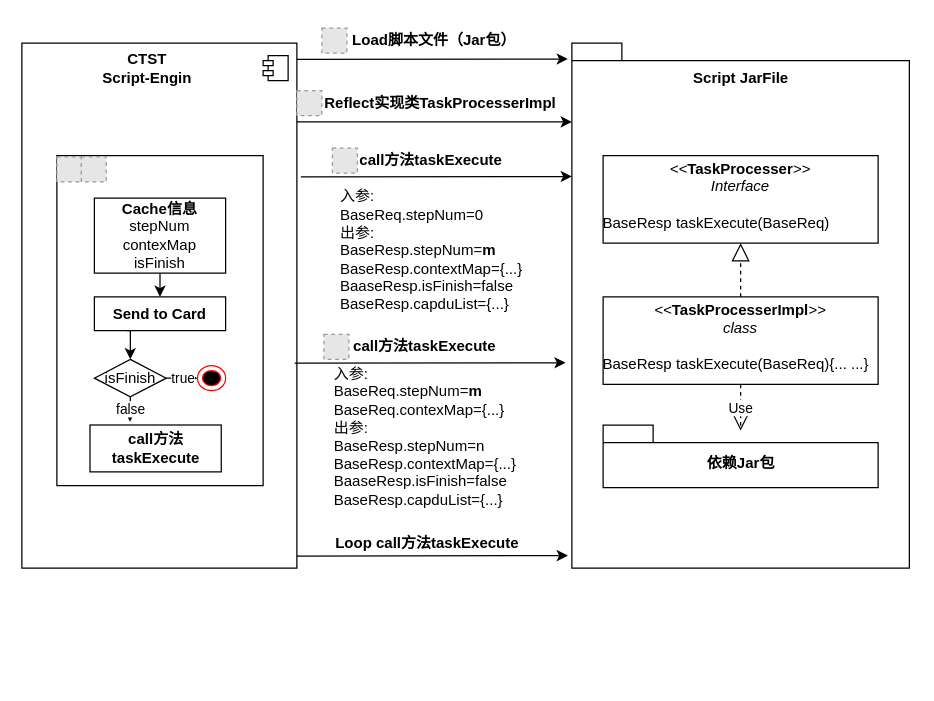
Earlier version of the draw.io diagram page "执行流程" (1 of 2) of script.drawio (buff0000/draw.io). Source tidied: cells renumbered, new cells numbered last; positions are measured from the earlier drawing's top-left corner, leaving out a move shared by most shapes. Both pictures are drawn from the tidied source at 125%, with x=0, y=0 at pixel (21, 21). Pictures stored in the file or linked from it are replaced by grey dashed boxes.
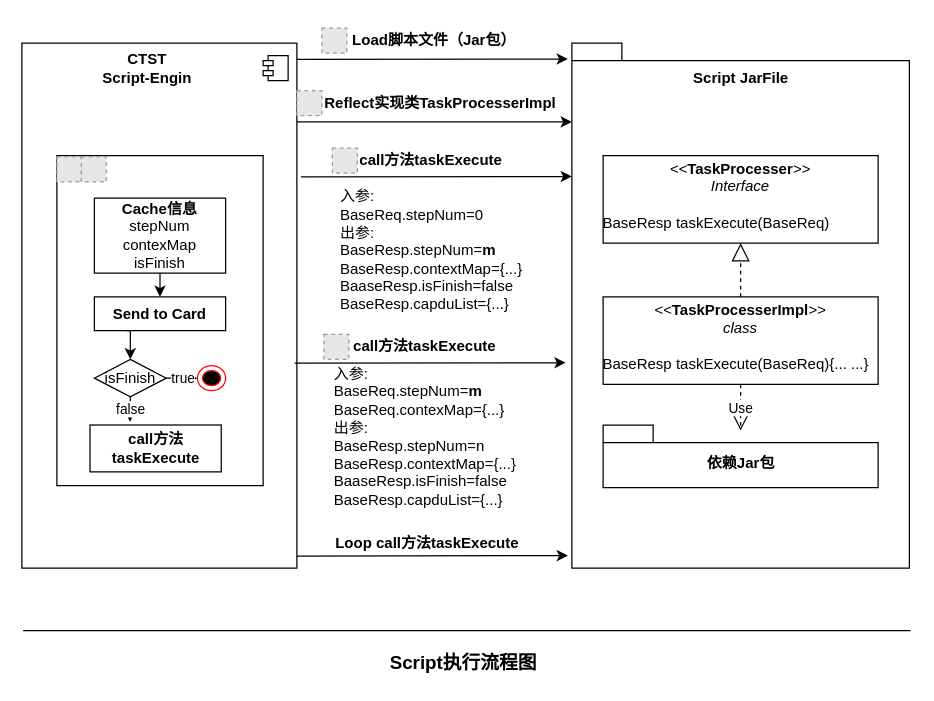
After the change.

Change to the diagram source:
```diff
@@
+    <mxCell id="40" value="&lt;b style=&quot;font-size: 15px;&quot;&gt;&lt;font style=&quot;font-size: 15px;&quot;&gt;Script执行流程图&lt;/font&gt;&lt;/b&gt;" style="text;html=1;strokeColor=none;fillColor=none;align=center;verticalAlign=middle;whiteSpace=wrap;rounded=0;fontColor=#000000;fontSize=15;" parent="1" vertex="1">
+      <mxGeometry x="248.4" y="497" width="211" height="30" as="geometry" />
+    </mxCell>
+    <mxCell id="41" style="endArrow=none;html=1;rounded=0;fontSize=15;fontColor=#000000;" parent="1" edge="1">
+      <mxGeometry relative="1" as="geometry">
+        <mxPoint x="1" y="487" as="sourcePoint" />
+        <mxPoint x="711" y="487" as="targetPoint" />
+      </mxGeometry>
+    </mxCell>
```
